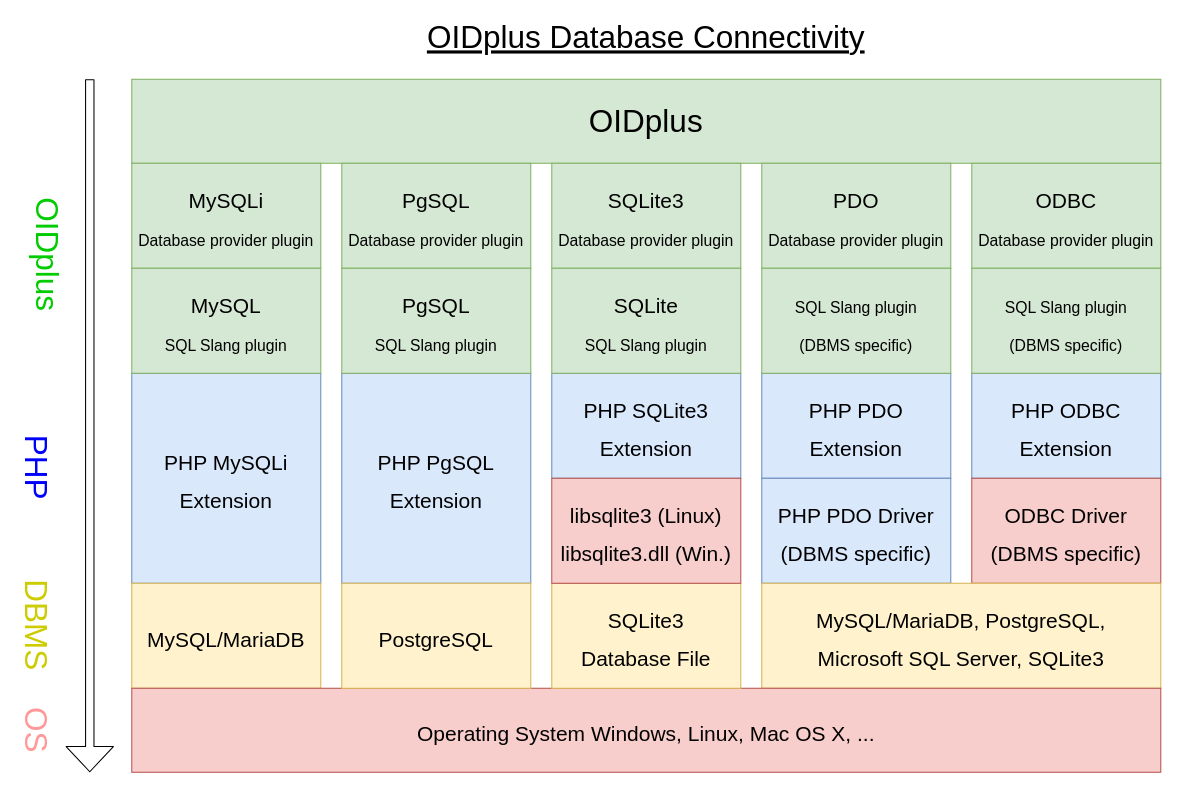
Above: doc/database_connectivity_diagram.drawio in danielmarschall/oidplus (draw.io), before the change. Source tidied: cells renumbered, new cells numbered last; positions are measured from the earlier drawing's top-left corner, leaving out a move shared by most shapes. Both pictures are drawn from the tidied source at 105%, with x=0, y=0 at pixel (-16, 26).
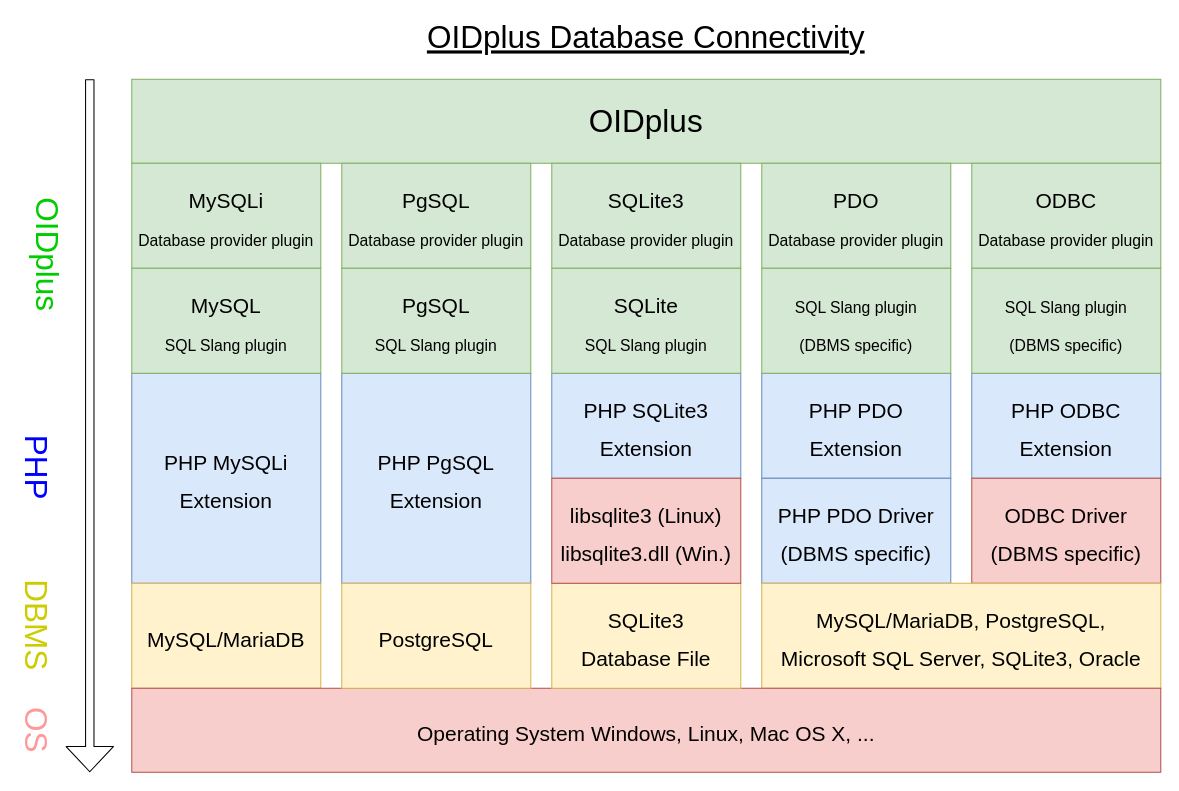
The same page after the edit.

Diff of the diagram source:
```diff
@@
-    <mxCell id="17" value="&lt;span style=&quot;font-size: 20px&quot;&gt;MySQL/MariaDB, PostgreSQL,&lt;br&gt;Microsoft SQL Server, SQLite3&lt;/span&gt;" style="rounded=0;whiteSpace=wrap;html=1;fontSize=30;fillColor=#fff2cc;strokeColor=#d6b656;shadow=0;" parent="1" vertex="1">
+    <mxCell id="17" value="&lt;span style=&quot;font-size: 20px&quot;&gt;MySQL/MariaDB, PostgreSQL,&lt;br&gt;Microsoft SQL Server, SQLite3, Oracle&lt;/span&gt;" style="rounded=0;whiteSpace=wrap;html=1;fontSize=30;fillColor=#fff2cc;strokeColor=#d6b656;shadow=0;" parent="1" vertex="1">
       <mxGeometry x="740" y="530" width="380" height="100" as="geometry" />
     </mxCell>
```
